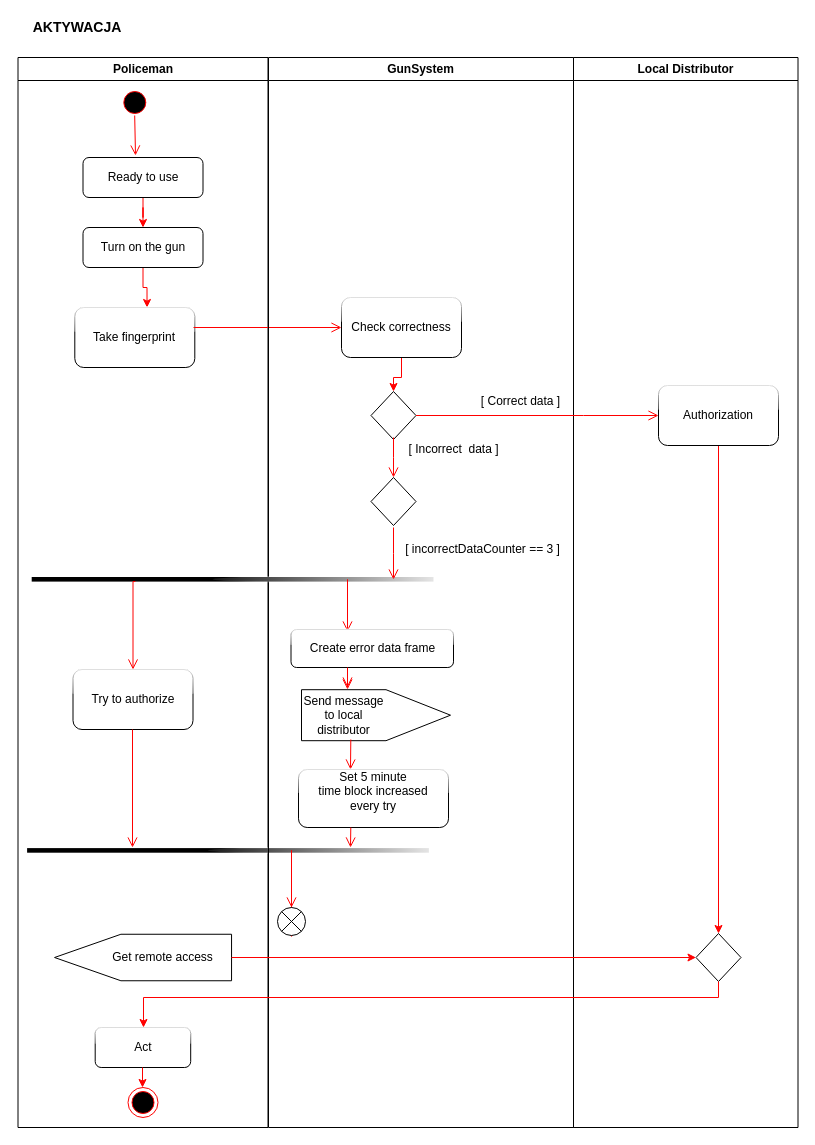
Earlier version of the draw.io diagram smart_gun_activity_diagram.drawio (mardyr/UML-and-diagrams). Source tidied: cells renumbered, new cells numbered last; positions are measured from the earlier drawing's top-left corner, leaving out a move shared by most shapes. Both pictures are drawn from the tidied source at 100%, with x=0, y=0 at pixel (17, 17).
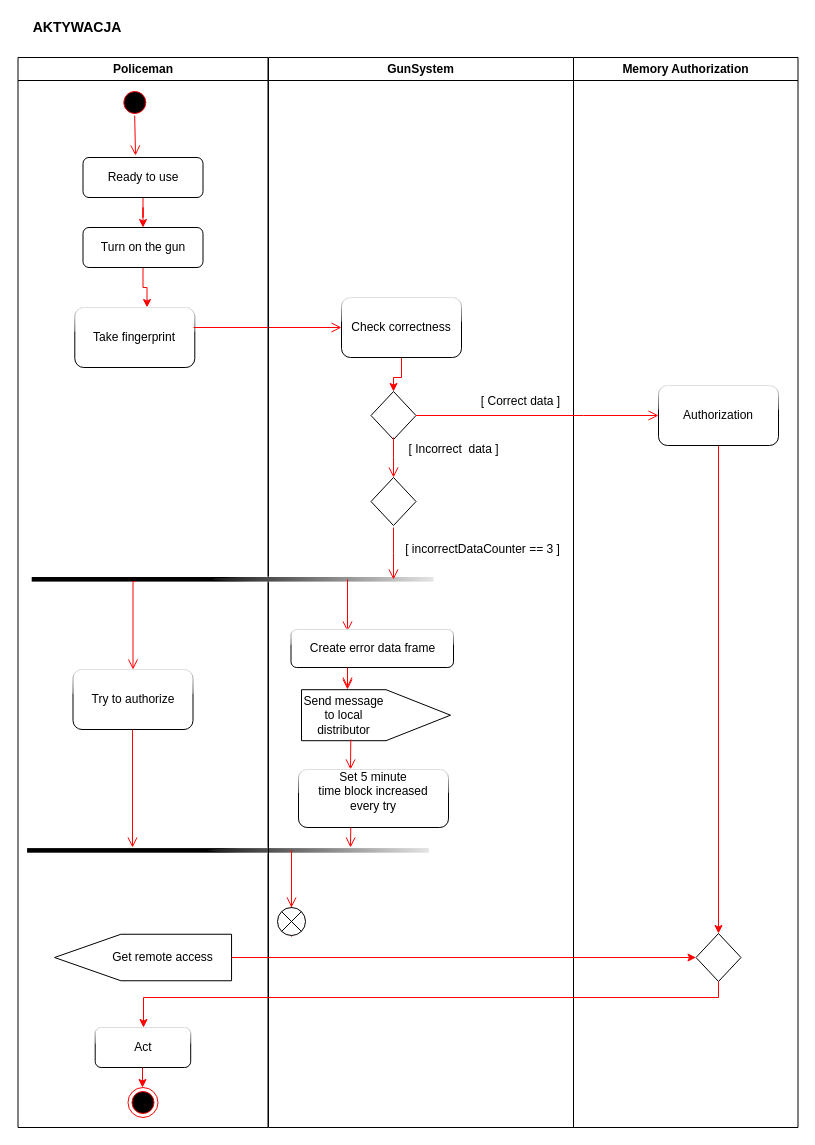
The same page after the edit.

What changed in the source:
```diff
@@
-    <mxCell id="37" value="Local Distributor" style="swimlane;whiteSpace=wrap;" parent="1" vertex="1">
+    <mxCell id="37" value="Memory Authorization" style="swimlane;whiteSpace=wrap;" parent="1" vertex="1">
       <mxGeometry x="556" y="40" width="224.5" height="1070" as="geometry" />
     </mxCell>
```
